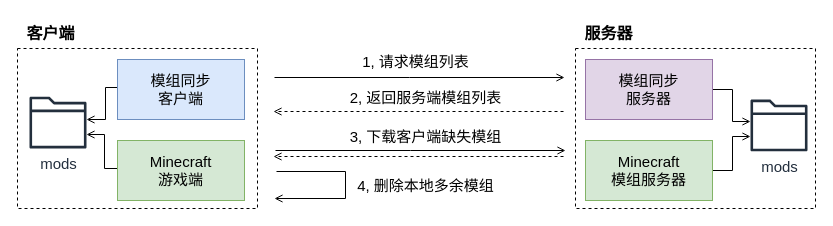
The draw.io diagram page "同步架构简单示意图" (2 of 2) of docs/diagram/同步运行活动图.dio in swsk33/mc-server-sync, before the edit. Source tidied: cells renumbered, new cells numbered last; positions are measured from the earlier drawing's top-left corner, leaving out a move shared by most shapes. Both pictures are drawn from the tidied source at 100%, with x=0, y=0 at pixel (17, 17).
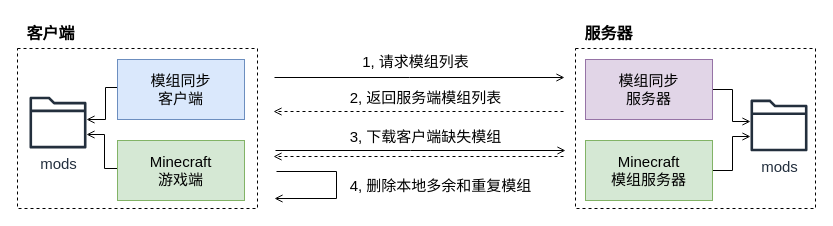
Above is the later version.

What changed in the source:
```diff
@@
     <mxCell id="23" style="edgeStyle=orthogonalEdgeStyle;shape=connector;rounded=0;orthogonalLoop=1;jettySize=auto;html=1;strokeColor=default;align=center;verticalAlign=middle;fontFamily=Helvetica;fontSize=11;fontColor=default;labelBackgroundColor=default;endArrow=open;endFill=0;" parent="1" edge="1">
       <mxGeometry relative="1" as="geometry">
         <mxPoint x="259" y="154" as="sourcePoint" />
         <mxPoint x="257" y="181" as="targetPoint" />
         <Array as="points">
-          <mxPoint x="328" y="154" />
-          <mxPoint x="328" y="181" />
+          <mxPoint x="319" y="154" />
+          <mxPoint x="319" y="181" />
         </Array>
       </mxGeometry>
     </mxCell>
-    <mxCell id="24" value="4, 删除本地多余模组" style="text;html=1;align=center;verticalAlign=middle;strokeColor=none;fillColor=none;fontFamily=Helvetica;fontSize=15;fontColor=default;labelBackgroundColor=none;" parent="1" vertex="1">
-      <mxGeometry x="330.5" y="153" width="155" height="30" as="geometry" />
+    <mxCell id="24" value="4, 删除本地多余和重复模组" style="text;html=1;align=center;verticalAlign=middle;strokeColor=none;fillColor=none;fontFamily=Helvetica;fontSize=15;fontColor=default;labelBackgroundColor=none;" parent="1" vertex="1">
+      <mxGeometry x="323" y="153" width="200" height="30" as="geometry" />
     </mxCell>
```
